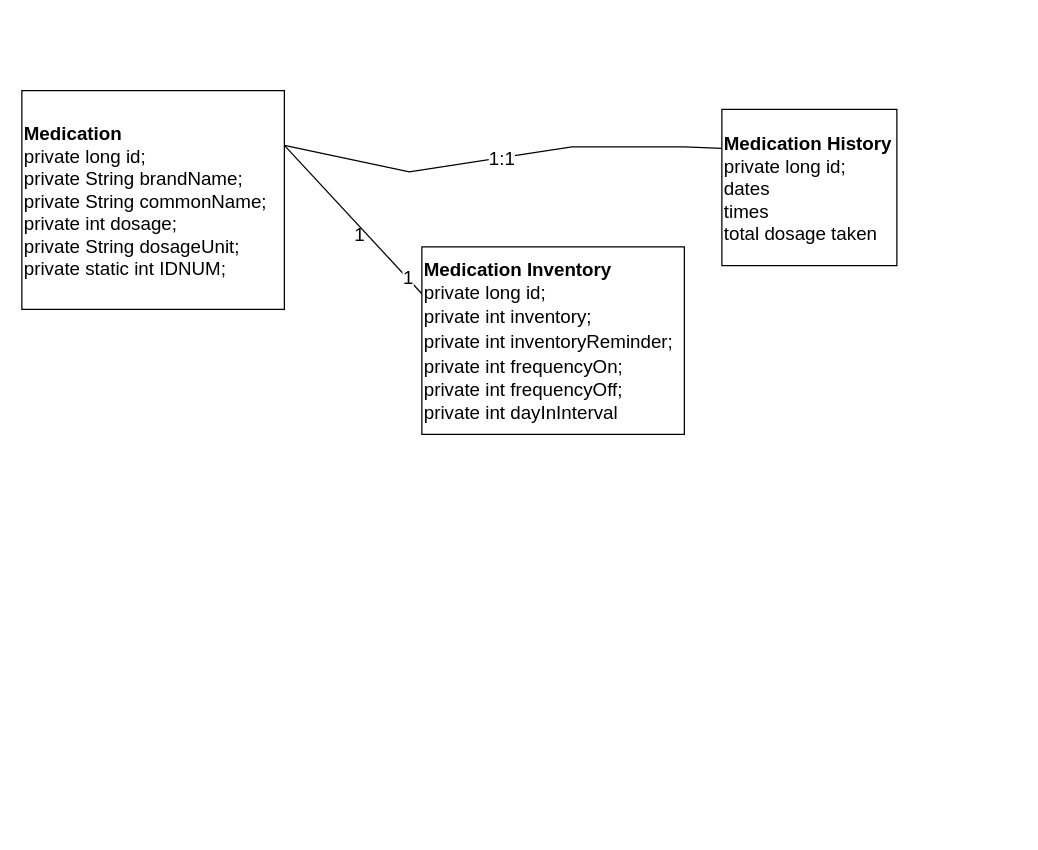
Above: page "Medications Data" (2 of 10) of cs4471_group_project.drawio in Jon-AL/4471---Therapy-Support-App (draw.io), before the change. Source tidied: cells renumbered, new cells numbered last; positions are measured from the earlier drawing's top-left corner, leaving out a move shared by most shapes. Both pictures are drawn from the tidied source at 125%, with x=0, y=0 at pixel (21, 21).
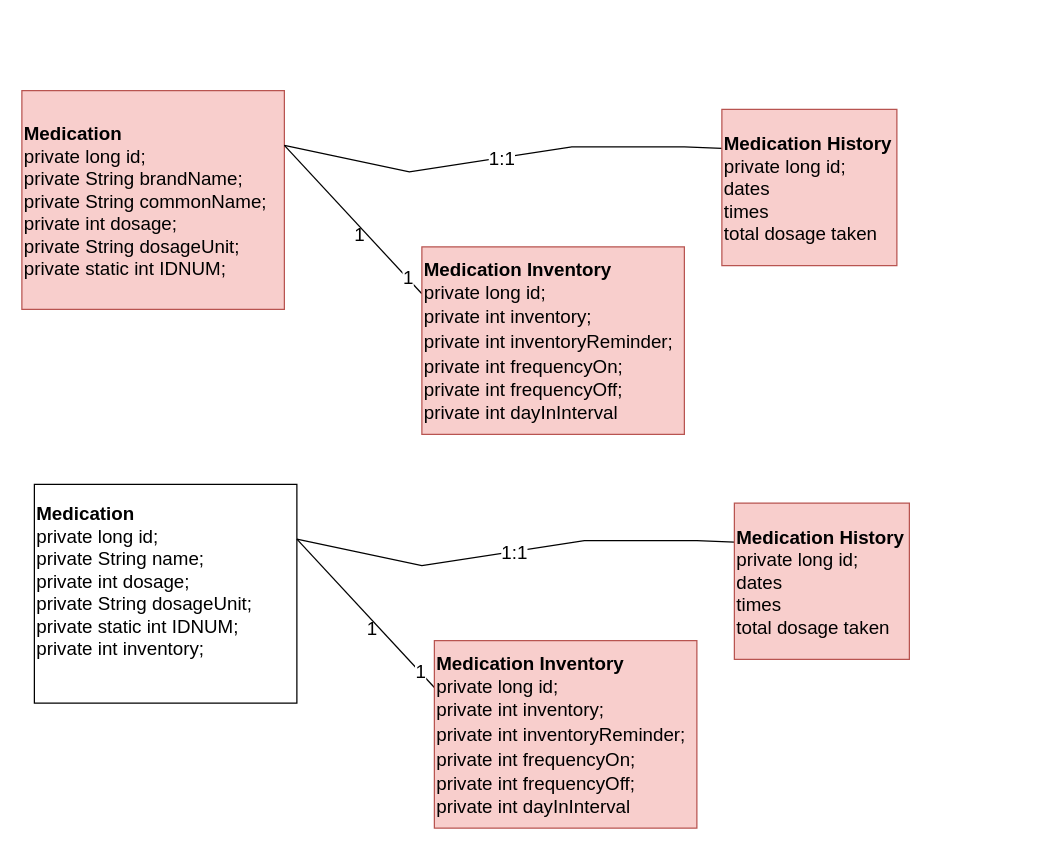
After the change.

Change to the diagram source:
```diff
@@
 <mxGraphModel>
   <root>
     <mxCell id="0" />
     <mxCell id="1" parent="0" />
-    <mxCell id="2" value="&lt;span&gt;&lt;b&gt;Medication&lt;/b&gt;&lt;br&gt;private long id;&lt;/span&gt;&lt;br&gt;&lt;span&gt;private String brandName;&lt;/span&gt;&lt;br&gt;&lt;span&gt;private String commonName;&lt;/span&gt;&lt;br&gt;&lt;span&gt;private int dosage;&lt;/span&gt;&lt;br&gt;&lt;span&gt;private String dosageUnit;&lt;/span&gt;&lt;br&gt;&lt;span style=&quot;line-height: 16.05px&quot;&gt;private static int IDNUM;&lt;br&gt;&lt;/span&gt;" style="html=1;fontSize=15;align=left;" parent="1" vertex="1">
+    <mxCell id="2" value="&lt;span&gt;&lt;b&gt;Medication&lt;/b&gt;&lt;br&gt;private long id;&lt;/span&gt;&lt;br&gt;&lt;span&gt;private String brandName;&lt;/span&gt;&lt;br&gt;&lt;span&gt;private String commonName;&lt;/span&gt;&lt;br&gt;&lt;span&gt;private int dosage;&lt;/span&gt;&lt;br&gt;&lt;span&gt;private String dosageUnit;&lt;/span&gt;&lt;br&gt;&lt;span style=&quot;line-height: 16.05px&quot;&gt;private static int IDNUM;&lt;br&gt;&lt;/span&gt;" style="html=1;fontSize=15;align=left;fillColor=#f8cecc;strokeColor=#b85450;" parent="1" vertex="1">
       <mxGeometry y="55" width="210" height="175" as="geometry" />
     </mxCell>
-    <mxCell id="3" value="&lt;br&gt;&lt;br&gt;&lt;br&gt;&lt;br&gt;&lt;br&gt;&lt;br&gt;&lt;br&gt;&lt;br&gt;&lt;br&gt;&lt;br&gt;&lt;br&gt;&lt;br&gt;&lt;br&gt;" style="text;html=1;align=center;verticalAlign=middle;strokeColor=none;fillColor=none;fontSize=15;fontFamily=Helvetica;" parent="1" vertex="1">
-      <mxGeometry x="450" width="20" height="240" as="geometry" />
-    </mxCell>
     <mxCell id="4" style="rounded=0;jettySize=auto;html=1;entryX=1;entryY=0.25;entryDx=0;entryDy=0;fontFamily=Helvetica;fontSize=15;endArrow=none;endFill=0;exitX=0;exitY=0.25;exitDx=0;exitDy=0;" parent="1" edge="1" source="6" target="2">
       <mxGeometry relative="1" as="geometry" />
     </mxCell>
     <mxCell id="5" value="1" style="edgeLabel;html=1;align=center;verticalAlign=middle;fontSize=15;fontFamily=Helvetica;" parent="4" vertex="1">
       <mxGeometry x="-0.78" y="-1" relative="1" as="geometry" />
     </mxCell>
-    <mxCell id="6" value="&lt;span&gt;&lt;b&gt;Medication Inventory&lt;br&gt;&lt;/b&gt;&lt;/span&gt;private long id;&lt;br&gt;&lt;table border=&quot;0&quot; cellpadding=&quot;0&quot; cellspacing=&quot;0&quot; width=&quot;223&quot; style=&quot;border-collapse: collapse ; width: 167pt&quot;&gt;&lt;tbody&gt;&lt;tr style=&quot;height: 15pt&quot;&gt;&lt;td height=&quot;20&quot; width=&quot;223&quot; style=&quot;height: 15pt ; width: 167pt&quot;&gt;private int&amp;nbsp;&lt;font class=&quot;font6&quot;&gt;inventory&lt;/font&gt;&lt;font class=&quot;font5&quot;&gt;;&lt;/font&gt;&lt;/td&gt;&lt;/tr&gt;&lt;tr style=&quot;height: 15pt&quot;&gt;&lt;td height=&quot;20&quot; class=&quot;xl65&quot; style=&quot;height: 15pt&quot;&gt;private int&amp;nbsp;&lt;font class=&quot;font6&quot;&gt;inventoryReminder&lt;/font&gt;&lt;font class=&quot;font5&quot;&gt;;&lt;/font&gt;&lt;/td&gt;&lt;/tr&gt;&lt;tr style=&quot;height: 15pt&quot;&gt;&lt;td height=&quot;20&quot; style=&quot;height: 15pt&quot;&gt;private int&amp;nbsp;&lt;font class=&quot;font6&quot;&gt;frequencyOn&lt;/font&gt;&lt;font class=&quot;font5&quot;&gt;;&lt;/font&gt;&lt;/td&gt;&lt;/tr&gt;&lt;tr style=&quot;height: 15pt&quot;&gt;&lt;td height=&quot;20&quot; class=&quot;xl65&quot; style=&quot;height: 15pt&quot;&gt;private int&amp;nbsp;&lt;font class=&quot;font6&quot;&gt;frequencyOff&lt;/font&gt;&lt;font class=&quot;font5&quot;&gt;;&lt;br&gt;private int dayInInterval&lt;/font&gt;&lt;/td&gt;&lt;/tr&gt;&lt;/tbody&gt;&lt;/table&gt;" style="html=1;fontSize=15;align=left;" parent="1" vertex="1">
+    <mxCell id="6" value="&lt;span&gt;&lt;b&gt;Medication Inventory&lt;br&gt;&lt;/b&gt;&lt;/span&gt;private long id;&lt;br&gt;&lt;table border=&quot;0&quot; cellpadding=&quot;0&quot; cellspacing=&quot;0&quot; width=&quot;223&quot; style=&quot;border-collapse: collapse ; width: 167pt&quot;&gt;&lt;tbody&gt;&lt;tr style=&quot;height: 15pt&quot;&gt;&lt;td height=&quot;20&quot; width=&quot;223&quot; style=&quot;height: 15pt ; width: 167pt&quot;&gt;private int&amp;nbsp;&lt;font class=&quot;font6&quot;&gt;inventory&lt;/font&gt;&lt;font class=&quot;font5&quot;&gt;;&lt;/font&gt;&lt;/td&gt;&lt;/tr&gt;&lt;tr style=&quot;height: 15pt&quot;&gt;&lt;td height=&quot;20&quot; class=&quot;xl65&quot; style=&quot;height: 15pt&quot;&gt;private int&amp;nbsp;&lt;font class=&quot;font6&quot;&gt;inventoryReminder&lt;/font&gt;&lt;font class=&quot;font5&quot;&gt;;&lt;/font&gt;&lt;/td&gt;&lt;/tr&gt;&lt;tr style=&quot;height: 15pt&quot;&gt;&lt;td height=&quot;20&quot; style=&quot;height: 15pt&quot;&gt;private int&amp;nbsp;&lt;font class=&quot;font6&quot;&gt;frequencyOn&lt;/font&gt;&lt;font class=&quot;font5&quot;&gt;;&lt;/font&gt;&lt;/td&gt;&lt;/tr&gt;&lt;tr style=&quot;height: 15pt&quot;&gt;&lt;td height=&quot;20&quot; class=&quot;xl65&quot; style=&quot;height: 15pt&quot;&gt;private int&amp;nbsp;&lt;font class=&quot;font6&quot;&gt;frequencyOff&lt;/font&gt;&lt;font class=&quot;font5&quot;&gt;;&lt;br&gt;private int dayInInterval&lt;/font&gt;&lt;/td&gt;&lt;/tr&gt;&lt;/tbody&gt;&lt;/table&gt;" style="html=1;fontSize=15;align=left;fillColor=#f8cecc;strokeColor=#b85450;" parent="1" vertex="1">
       <mxGeometry x="320" y="180" width="210" height="150" as="geometry" />
     </mxCell>
     <mxCell id="7" value="1:1" style="edgeStyle=none;rounded=0;jettySize=auto;html=1;exitX=0;exitY=0.25;exitDx=0;exitDy=0;entryX=1;entryY=0.25;entryDx=0;entryDy=0;fontFamily=Helvetica;fontSize=15;endArrow=none;endFill=0;" parent="1" edge="1" source="8" target="2">
       <mxGeometry relative="1" as="geometry">
         <Array as="points">
           <mxPoint x="530" y="100" />
           <mxPoint x="440" y="100" />
           <mxPoint x="310" y="120" />
         </Array>
       </mxGeometry>
     </mxCell>
-    <mxCell id="8" value="&lt;span&gt;&lt;b&gt;Medication History&lt;br&gt;&lt;/b&gt;&lt;/span&gt;private long id;&lt;br&gt;&lt;table border=&quot;0&quot; cellpadding=&quot;0&quot; cellspacing=&quot;0&quot; width=&quot;223&quot; style=&quot;border-collapse: collapse ; width: 167pt&quot;&gt;&lt;tbody&gt;&lt;tr style=&quot;height: 15pt&quot;&gt;&lt;td height=&quot;20&quot; width=&quot;223&quot; style=&quot;height: 15pt ; width: 167pt&quot;&gt;dates&lt;br&gt;times&lt;br&gt;total dosage taken&lt;/td&gt;&lt;/tr&gt;&lt;/tbody&gt;&lt;/table&gt;" style="html=1;fontSize=15;align=left;" parent="1" vertex="1">
+    <mxCell id="8" value="&lt;span&gt;&lt;b&gt;Medication History&lt;br&gt;&lt;/b&gt;&lt;/span&gt;private long id;&lt;br&gt;&lt;table border=&quot;0&quot; cellpadding=&quot;0&quot; cellspacing=&quot;0&quot; width=&quot;223&quot; style=&quot;border-collapse: collapse ; width: 167pt&quot;&gt;&lt;tbody&gt;&lt;tr style=&quot;height: 15pt&quot;&gt;&lt;td height=&quot;20&quot; width=&quot;223&quot; style=&quot;height: 15pt ; width: 167pt&quot;&gt;dates&lt;br&gt;times&lt;br&gt;total dosage taken&lt;/td&gt;&lt;/tr&gt;&lt;/tbody&gt;&lt;/table&gt;" style="html=1;fontSize=15;align=left;fillColor=#f8cecc;strokeColor=#b85450;" parent="1" vertex="1">
       <mxGeometry x="560" y="70" width="140" height="125" as="geometry" />
     </mxCell>
     <mxCell id="9" value="1" style="text;html=1;align=center;verticalAlign=middle;strokeColor=none;fillColor=none;fontSize=15;fontFamily=Helvetica;" parent="1" vertex="1">
       <mxGeometry x="260" y="160" width="20" height="20" as="geometry" />
     </mxCell>
+    <mxCell id="10" value="&lt;span&gt;&lt;b&gt;Medication&lt;/b&gt;&lt;br&gt;private long id;&lt;/span&gt;&lt;br&gt;&lt;span&gt;private String name;&lt;/span&gt;&lt;br&gt;&lt;span&gt;private int dosage;&lt;/span&gt;&lt;br&gt;&lt;span&gt;private String dosageUnit;&lt;/span&gt;&lt;br&gt;&lt;span style=&quot;line-height: 16.05px&quot;&gt;private static int IDNUM;&lt;br&gt;&lt;table border=&quot;0&quot; cellpadding=&quot;0&quot; cellspacing=&quot;0&quot; width=&quot;223&quot; style=&quot;border-collapse: collapse ; width: 167pt&quot;&gt;&lt;tbody&gt;&lt;tr style=&quot;height: 15pt&quot;&gt;&lt;td height=&quot;20&quot; width=&quot;223&quot; style=&quot;height: 15pt ; width: 167pt&quot;&gt;private int&amp;nbsp;&lt;font class=&quot;font6&quot;&gt;inventory&lt;/font&gt;&lt;font class=&quot;font5&quot;&gt;;&lt;/font&gt;&lt;/td&gt;&lt;/tr&gt;&lt;tr style=&quot;height: 15pt&quot;&gt;&lt;/tr&gt;&lt;/tbody&gt;&lt;/table&gt;&lt;/span&gt;" style="html=1;fontSize=15;align=left;" parent="1" vertex="1">
+      <mxGeometry x="10" y="370" width="210" height="175" as="geometry" />
+    </mxCell>
+    <mxCell id="11" style="rounded=0;jettySize=auto;html=1;entryX=1;entryY=0.25;entryDx=0;entryDy=0;fontFamily=Helvetica;fontSize=15;endArrow=none;endFill=0;exitX=0;exitY=0.25;exitDx=0;exitDy=0;" parent="1" edge="1" source="13" target="10">
+      <mxGeometry relative="1" as="geometry" />
+    </mxCell>
+    <mxCell id="12" value="1" style="edgeLabel;html=1;align=center;verticalAlign=middle;fontSize=15;fontFamily=Helvetica;" parent="11" vertex="1">
+      <mxGeometry x="-0.78" y="-1" relative="1" as="geometry" />
+    </mxCell>
+    <mxCell id="13" value="&lt;span&gt;&lt;b&gt;Medication Inventory&lt;br&gt;&lt;/b&gt;&lt;/span&gt;private long id;&lt;br&gt;&lt;table border=&quot;0&quot; cellpadding=&quot;0&quot; cellspacing=&quot;0&quot; width=&quot;223&quot; style=&quot;border-collapse: collapse ; width: 167pt&quot;&gt;&lt;tbody&gt;&lt;tr style=&quot;height: 15pt&quot;&gt;&lt;td height=&quot;20&quot; width=&quot;223&quot; style=&quot;height: 15pt ; width: 167pt&quot;&gt;private int&amp;nbsp;&lt;font class=&quot;font6&quot;&gt;inventory&lt;/font&gt;&lt;font class=&quot;font5&quot;&gt;;&lt;/font&gt;&lt;/td&gt;&lt;/tr&gt;&lt;tr style=&quot;height: 15pt&quot;&gt;&lt;td height=&quot;20&quot; class=&quot;xl65&quot; style=&quot;height: 15pt&quot;&gt;private int&amp;nbsp;&lt;font class=&quot;font6&quot;&gt;inventoryReminder&lt;/font&gt;&lt;font class=&quot;font5&quot;&gt;;&lt;/font&gt;&lt;/td&gt;&lt;/tr&gt;&lt;tr style=&quot;height: 15pt&quot;&gt;&lt;td height=&quot;20&quot; style=&quot;height: 15pt&quot;&gt;private int&amp;nbsp;&lt;font class=&quot;font6&quot;&gt;frequencyOn&lt;/font&gt;&lt;font class=&quot;font5&quot;&gt;;&lt;/font&gt;&lt;/td&gt;&lt;/tr&gt;&lt;tr style=&quot;height: 15pt&quot;&gt;&lt;td height=&quot;20&quot; class=&quot;xl65&quot; style=&quot;height: 15pt&quot;&gt;private int&amp;nbsp;&lt;font class=&quot;font6&quot;&gt;frequencyOff&lt;/font&gt;&lt;font class=&quot;font5&quot;&gt;;&lt;br&gt;private int dayInInterval&lt;/font&gt;&lt;/td&gt;&lt;/tr&gt;&lt;/tbody&gt;&lt;/table&gt;" style="html=1;fontSize=15;align=left;fillColor=#f8cecc;strokeColor=#b85450;" parent="1" vertex="1">
+      <mxGeometry x="330" y="495" width="210" height="150" as="geometry" />
+    </mxCell>
+    <mxCell id="14" value="1:1" style="edgeStyle=none;rounded=0;jettySize=auto;html=1;exitX=0;exitY=0.25;exitDx=0;exitDy=0;entryX=1;entryY=0.25;entryDx=0;entryDy=0;fontFamily=Helvetica;fontSize=15;endArrow=none;endFill=0;" parent="1" edge="1" source="15" target="10">
+      <mxGeometry relative="1" as="geometry">
+        <Array as="points">
+          <mxPoint x="540" y="415" />
+          <mxPoint x="450" y="415" />
+          <mxPoint x="320" y="435" />
+        </Array>
+      </mxGeometry>
+    </mxCell>
+    <mxCell id="15" value="&lt;span&gt;&lt;b&gt;Medication History&lt;br&gt;&lt;/b&gt;&lt;/span&gt;private long id;&lt;br&gt;&lt;table border=&quot;0&quot; cellpadding=&quot;0&quot; cellspacing=&quot;0&quot; width=&quot;223&quot; style=&quot;border-collapse: collapse ; width: 167pt&quot;&gt;&lt;tbody&gt;&lt;tr style=&quot;height: 15pt&quot;&gt;&lt;td height=&quot;20&quot; width=&quot;223&quot; style=&quot;height: 15pt ; width: 167pt&quot;&gt;dates&lt;br&gt;times&lt;br&gt;total dosage taken&lt;/td&gt;&lt;/tr&gt;&lt;/tbody&gt;&lt;/table&gt;" style="html=1;fontSize=15;align=left;fillColor=#f8cecc;strokeColor=#b85450;" parent="1" vertex="1">
+      <mxGeometry x="570" y="385" width="140" height="125" as="geometry" />
+    </mxCell>
+    <mxCell id="16" value="1" style="text;html=1;align=center;verticalAlign=middle;strokeColor=none;fillColor=none;fontSize=15;fontFamily=Helvetica;" parent="1" vertex="1">
+      <mxGeometry x="270" y="475" width="20" height="20" as="geometry" />
+    </mxCell>
   </root>
 </mxGraphModel>
```
